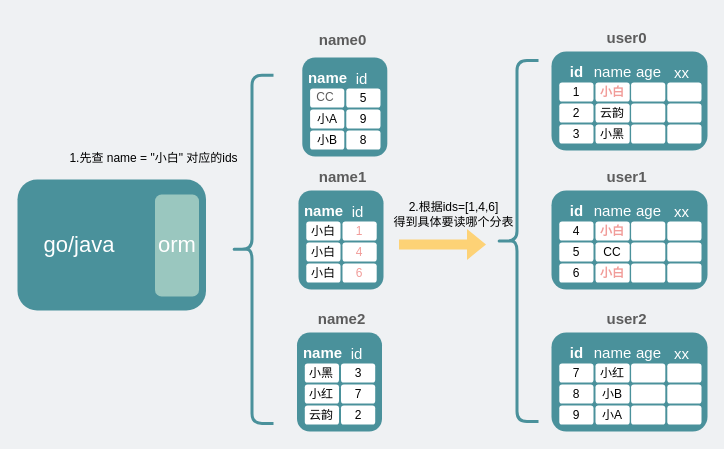
xiaobaiTech/image keeps this draw.io diagram as network/举例说明读扩散问题.drawio. Above is the earlier version. Source tidied: cells renumbered, new cells numbered last; positions are measured from the earlier drawing's top-left corner, leaving out a move shared by most shapes. Both pictures are drawn from the tidied source at 100%, with x=0, y=0 at pixel (17, 17).
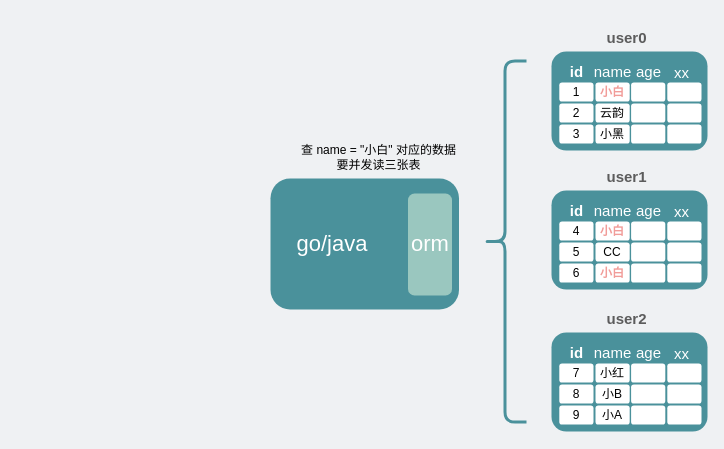
After the change.

Commit message:
Update 举例说明读扩散问题.drawio

The edit, as a diff of the source:
```diff
@@
-    <mxCell id="2" style="rounded=1;whiteSpace=wrap;html=1;fillColor=#4A919B;strokeColor=none;" parent="1" vertex="1">
-      <mxGeometry x="281" y="173" width="85" height="99" as="geometry" />
-    </mxCell>
     <mxCell id="3" style="rounded=1;whiteSpace=wrap;html=1;fillColor=#4A919B;strokeColor=none;" parent="1" vertex="1">
-      <mxGeometry y="162" width="188.5" height="131" as="geometry" />
+      <mxGeometry x="253" y="161" width="188.5" height="131" as="geometry" />
     </mxCell>
     <mxCell id="4" value="&lt;font color=&quot;#ffffff&quot; style=&quot;font-size: 22px;&quot;&gt;orm&lt;/font&gt;" style="rounded=1;whiteSpace=wrap;html=1;fillColor=#9AC7BF;strokeColor=none;" parent="1" vertex="1">
-      <mxGeometry x="137.5" y="177" width="44" height="102" as="geometry" />
+      <mxGeometry x="390.5" y="176" width="44" height="102" as="geometry" />
     </mxCell>
     <mxCell id="5" value="&lt;font color=&quot;#ffffff&quot;&gt;go/java&lt;/font&gt;" style="text;html=1;strokeColor=none;fillColor=none;align=center;verticalAlign=middle;whiteSpace=wrap;rounded=0;fontSize=22;" parent="1" vertex="1">
-      <mxGeometry x="31.5" y="212.5" width="60" height="30" as="geometry" />
+      <mxGeometry x="284.5" y="211.5" width="60" height="30" as="geometry" />
     </mxCell>
-    <mxCell id="6" style="shape=curlyBracket;whiteSpace=wrap;html=1;rounded=1;fontSize=22;fontColor=#FFFFFF;strokeColor=#4A919B;fillColor=none;strokeWidth=3;" parent="1" vertex="1">
-      <mxGeometry x="213" y="57.8" width="43" height="348.1" as="geometry" />
-    </mxCell>
-    <mxCell id="7" value="&lt;span style=&quot;font-size: 15px;&quot;&gt;id&lt;/span&gt;" style="text;strokeColor=none;fillColor=none;html=1;fontSize=15;fontStyle=0;verticalAlign=middle;align=center;fontColor=#FFFFFF;" parent="1" vertex="1">
-      <mxGeometry x="318.2" y="184" width="44" height="20" as="geometry" />
-    </mxCell>
-    <mxCell id="8" value="&lt;font color=&quot;#5c5c5c&quot;&gt;&lt;span style=&quot;font-size: 15px;&quot;&gt;name1&lt;/span&gt;&lt;/font&gt;" style="text;strokeColor=none;fillColor=none;html=1;fontSize=24;fontStyle=1;verticalAlign=middle;align=center;fontColor=#FFFFFF;" parent="1" vertex="1">
-      <mxGeometry x="274" y="144" width="102" height="25.5" as="geometry" />
-    </mxCell>
-    <mxCell id="9" style="edgeStyle=orthogonalEdgeStyle;rounded=0;orthogonalLoop=1;jettySize=auto;html=1;exitX=0.5;exitY=1;exitDx=0;exitDy=0;fontSize=15;fontColor=#4A919B;" parent="1" edge="1">
-      <mxGeometry relative="1" as="geometry">
-        <mxPoint x="299.3" y="194.8" as="sourcePoint" />
-        <mxPoint x="299.3" y="194.8" as="targetPoint" />
-      </mxGeometry>
-    </mxCell>
-    <mxCell id="10" value="&lt;span style=&quot;font-size: 15px;&quot;&gt;&lt;b&gt;name&lt;/b&gt;&lt;/span&gt;" style="text;strokeColor=none;fillColor=none;html=1;fontSize=15;fontStyle=0;verticalAlign=middle;align=center;fontColor=#FFFFFF;" parent="1" vertex="1">
-      <mxGeometry x="289.7" y="184" width="32.9" height="17" as="geometry" />
-    </mxCell>
-    <mxCell id="11" value="&lt;span style=&quot;&quot;&gt;小白&lt;/span&gt;" style="rounded=1;whiteSpace=wrap;html=1;fillColor=#FFFFFF;strokeColor=none;" parent="1" vertex="1">
-      <mxGeometry x="288.8" y="204" width="34.2" height="19" as="geometry" />
-    </mxCell>
-    <mxCell id="12" value="1" style="rounded=1;whiteSpace=wrap;html=1;fillColor=#FFFFFF;strokeColor=none;fontColor=#F19C99;" parent="1" vertex="1">
-      <mxGeometry x="325" y="204" width="34.2" height="19" as="geometry" />
-    </mxCell>
-    <mxCell id="13" value="&lt;span style=&quot;&quot;&gt;小白&lt;/span&gt;" style="rounded=1;whiteSpace=wrap;html=1;fillColor=#FFFFFF;strokeColor=none;" parent="1" vertex="1">
-      <mxGeometry x="288.8" y="225" width="34.2" height="19" as="geometry" />
-    </mxCell>
-    <mxCell id="14" value="4" style="rounded=1;whiteSpace=wrap;html=1;fillColor=#FFFFFF;strokeColor=none;fontColor=#F19C99;" parent="1" vertex="1">
-      <mxGeometry x="325" y="225" width="34.2" height="19" as="geometry" />
-    </mxCell>
-    <mxCell id="15" value="&lt;span style=&quot;&quot;&gt;小白&lt;/span&gt;" style="rounded=1;whiteSpace=wrap;html=1;fillColor=#FFFFFF;strokeColor=none;" parent="1" vertex="1">
-      <mxGeometry x="288.8" y="246" width="34.2" height="19" as="geometry" />
-    </mxCell>
-    <mxCell id="16" value="6" style="rounded=1;whiteSpace=wrap;html=1;fillColor=#FFFFFF;strokeColor=none;fontColor=#F19C99;" parent="1" vertex="1">
-      <mxGeometry x="325" y="246" width="34.2" height="19" as="geometry" />
-    </mxCell>
-    <mxCell id="17" style="rounded=1;whiteSpace=wrap;html=1;fillColor=#4A919B;strokeColor=none;" parent="1" vertex="1">
-      <mxGeometry x="284.8" y="40" width="85" height="99" as="geometry" />
-    </mxCell>
-    <mxCell id="18" value="&lt;span style=&quot;font-size: 15px;&quot;&gt;id&lt;/span&gt;" style="text;strokeColor=none;fillColor=none;html=1;fontSize=15;fontStyle=0;verticalAlign=middle;align=center;fontColor=#FFFFFF;" parent="1" vertex="1">
-      <mxGeometry x="322" y="51" width="44" height="20" as="geometry" />
-    </mxCell>
-    <mxCell id="19" value="&lt;font color=&quot;#5c5c5c&quot;&gt;&lt;span style=&quot;font-size: 15px;&quot;&gt;name0&lt;/span&gt;&lt;/font&gt;" style="text;strokeColor=none;fillColor=none;html=1;fontSize=24;fontStyle=1;verticalAlign=middle;align=center;fontColor=#FFFFFF;" parent="1" vertex="1">
-      <mxGeometry x="275" width="100" height="40" as="geometry" />
-    </mxCell>
-    <mxCell id="20" style="edgeStyle=orthogonalEdgeStyle;rounded=0;orthogonalLoop=1;jettySize=auto;html=1;exitX=0.5;exitY=1;exitDx=0;exitDy=0;fontSize=15;fontColor=#4A919B;" parent="1" edge="1">
-      <mxGeometry relative="1" as="geometry">
-        <mxPoint x="303.1" y="61.8" as="sourcePoint" />
-        <mxPoint x="303.1" y="61.8" as="targetPoint" />
-      </mxGeometry>
-    </mxCell>
-    <mxCell id="21" value="&lt;span style=&quot;font-size: 15px;&quot;&gt;&lt;b&gt;name&lt;/b&gt;&lt;/span&gt;" style="text;strokeColor=none;fillColor=none;html=1;fontSize=15;fontStyle=0;verticalAlign=middle;align=center;fontColor=#FFFFFF;" parent="1" vertex="1">
-      <mxGeometry x="293.5" y="51" width="32.9" height="17" as="geometry" />
-    </mxCell>
-    <mxCell id="22" style="rounded=1;whiteSpace=wrap;html=1;fillColor=#FFFFFF;strokeColor=none;" parent="1" vertex="1">
-      <mxGeometry x="292.6" y="71" width="34.2" height="19" as="geometry" />
-    </mxCell>
-    <mxCell id="23" value="5" style="rounded=1;whiteSpace=wrap;html=1;fillColor=#FFFFFF;strokeColor=none;" parent="1" vertex="1">
-      <mxGeometry x="328.8" y="71" width="34.2" height="19" as="geometry" />
-    </mxCell>
-    <mxCell id="24" value="小A" style="rounded=1;whiteSpace=wrap;html=1;fillColor=#FFFFFF;strokeColor=none;" parent="1" vertex="1">
-      <mxGeometry x="292.6" y="92" width="34.2" height="19" as="geometry" />
-    </mxCell>
-    <mxCell id="25" value="9" style="rounded=1;whiteSpace=wrap;html=1;fillColor=#FFFFFF;strokeColor=none;" parent="1" vertex="1">
-      <mxGeometry x="328.8" y="92" width="34.2" height="19" as="geometry" />
-    </mxCell>
-    <mxCell id="26" value="小B" style="rounded=1;whiteSpace=wrap;html=1;fillColor=#FFFFFF;strokeColor=none;" parent="1" vertex="1">
-      <mxGeometry x="292.6" y="113" width="34.2" height="19" as="geometry" />
-    </mxCell>
-    <mxCell id="27" value="8" style="rounded=1;whiteSpace=wrap;html=1;fillColor=#FFFFFF;strokeColor=none;" parent="1" vertex="1">
-      <mxGeometry x="328.8" y="113" width="34.2" height="19" as="geometry" />
-    </mxCell>
-    <mxCell id="28" value="1.先查 name = &quot;小白&quot; 对应的ids" style="text;html=1;strokeColor=none;fillColor=none;align=center;verticalAlign=middle;whiteSpace=wrap;rounded=0;" parent="1" vertex="1">
-      <mxGeometry x="43" y="123" width="187" height="36" as="geometry" />
+    <mxCell id="28" value="查 name = &quot;小白&quot; 对应的数据&lt;br&gt;要并发读三张表" style="text;html=1;strokeColor=none;fillColor=none;align=center;verticalAlign=middle;whiteSpace=wrap;rounded=0;" parent="1" vertex="1">
+      <mxGeometry x="268" y="122" width="187" height="36" as="geometry" />
     </mxCell>
-    <mxCell id="29" style="shape=flexArrow;endArrow=classic;html=1;rounded=0;strokeColor=none;fillColor=#FDD276;" parent="1" edge="1">
-      <mxGeometry relative="1" as="geometry">
-        <mxPoint x="381" y="226.9" as="sourcePoint" />
-        <mxPoint x="469" y="226.9" as="targetPoint" />
-      </mxGeometry>
-    </mxCell>
-    <mxCell id="30" value="2.根据ids=[1,4,6]&lt;br&gt;得到具体要读哪个分表" style="text;html=1;strokeColor=none;fillColor=none;align=center;verticalAlign=middle;whiteSpace=wrap;rounded=0;" parent="1" vertex="1">
-      <mxGeometry x="343" y="179" width="187" height="36" as="geometry" />
-    </mxCell>
     <mxCell id="31" style="shape=curlyBracket;whiteSpace=wrap;html=1;rounded=1;fontSize=22;fontColor=#FFFFFF;strokeColor=#4A919B;fillColor=none;strokeWidth=3;" parent="1" vertex="1">
-      <mxGeometry x="478" y="43" width="43" height="361" as="geometry" />
+      <mxGeometry x="466" y="43.5" width="43" height="361" as="geometry" />
     </mxCell>
-    <mxCell id="32" value="CC" style="text;html=1;strokeColor=none;fillColor=none;align=center;verticalAlign=middle;whiteSpace=wrap;rounded=0;fontColor=#5C5C5C;" parent="1" vertex="1">
-      <mxGeometry x="293" y="71" width="30" height="18" as="geometry" />
-    </mxCell>
@@
-    <mxCell id="90" style="rounded=1;whiteSpace=wrap;html=1;fillColor=#4A919B;strokeColor=none;" parent="1" vertex="1">
-      <mxGeometry x="279.5" y="315" width="85" height="99" as="geometry" />
-    </mxCell>
-    <mxCell id="91" value="&lt;span style=&quot;font-size: 15px;&quot;&gt;id&lt;/span&gt;" style="text;strokeColor=none;fillColor=none;html=1;fontSize=15;fontStyle=0;verticalAlign=middle;align=center;fontColor=#FFFFFF;" parent="1" vertex="1">
-      <mxGeometry x="316.7" y="326" width="44" height="20" as="geometry" />
-    </mxCell>
-    <mxCell id="92" value="&lt;font color=&quot;#5c5c5c&quot;&gt;&lt;span style=&quot;font-size: 15px;&quot;&gt;name2&lt;/span&gt;&lt;/font&gt;" style="text;strokeColor=none;fillColor=none;html=1;fontSize=24;fontStyle=1;verticalAlign=middle;align=center;fontColor=#FFFFFF;" parent="1" vertex="1">
-      <mxGeometry x="272.5" y="286" width="102" height="25.5" as="geometry" />
-    </mxCell>
-    <mxCell id="93" style="edgeStyle=orthogonalEdgeStyle;rounded=0;orthogonalLoop=1;jettySize=auto;html=1;exitX=0.5;exitY=1;exitDx=0;exitDy=0;fontSize=15;fontColor=#4A919B;" parent="1" edge="1">
-      <mxGeometry relative="1" as="geometry">
-        <mxPoint x="297.8" y="336.8" as="sourcePoint" />
-        <mxPoint x="297.8" y="336.8" as="targetPoint" />
-      </mxGeometry>
-    </mxCell>
-    <mxCell id="94" value="&lt;span style=&quot;font-size: 15px;&quot;&gt;&lt;b&gt;name&lt;/b&gt;&lt;/span&gt;" style="text;strokeColor=none;fillColor=none;html=1;fontSize=15;fontStyle=0;verticalAlign=middle;align=center;fontColor=#FFFFFF;" parent="1" vertex="1">
-      <mxGeometry x="288.2" y="326" width="32.9" height="17" as="geometry" />
-    </mxCell>
-    <mxCell id="95" value="小黑" style="rounded=1;whiteSpace=wrap;html=1;fillColor=#FFFFFF;strokeColor=none;" parent="1" vertex="1">
-      <mxGeometry x="287.3" y="346" width="34.2" height="19" as="geometry" />
-    </mxCell>
-    <mxCell id="96" value="3" style="rounded=1;whiteSpace=wrap;html=1;fillColor=#FFFFFF;strokeColor=none;" parent="1" vertex="1">
-      <mxGeometry x="323.5" y="346" width="34.2" height="19" as="geometry" />
-    </mxCell>
-    <mxCell id="97" value="小红" style="rounded=1;whiteSpace=wrap;html=1;fillColor=#FFFFFF;strokeColor=none;" parent="1" vertex="1">
-      <mxGeometry x="287.3" y="367" width="34.2" height="19" as="geometry" />
-    </mxCell>
-    <mxCell id="98" value="7" style="rounded=1;whiteSpace=wrap;html=1;fillColor=#FFFFFF;strokeColor=none;" parent="1" vertex="1">
-      <mxGeometry x="323.5" y="367" width="34.2" height="19" as="geometry" />
-    </mxCell>
-    <mxCell id="99" value="云韵" style="rounded=1;whiteSpace=wrap;html=1;fillColor=#FFFFFF;strokeColor=none;" parent="1" vertex="1">
-      <mxGeometry x="287.3" y="388" width="34.2" height="19" as="geometry" />
-    </mxCell>
-    <mxCell id="100" value="2" style="rounded=1;whiteSpace=wrap;html=1;fillColor=#FFFFFF;strokeColor=none;" parent="1" vertex="1">
-      <mxGeometry x="323.5" y="388" width="34.2" height="19" as="geometry" />
-    </mxCell>
```
